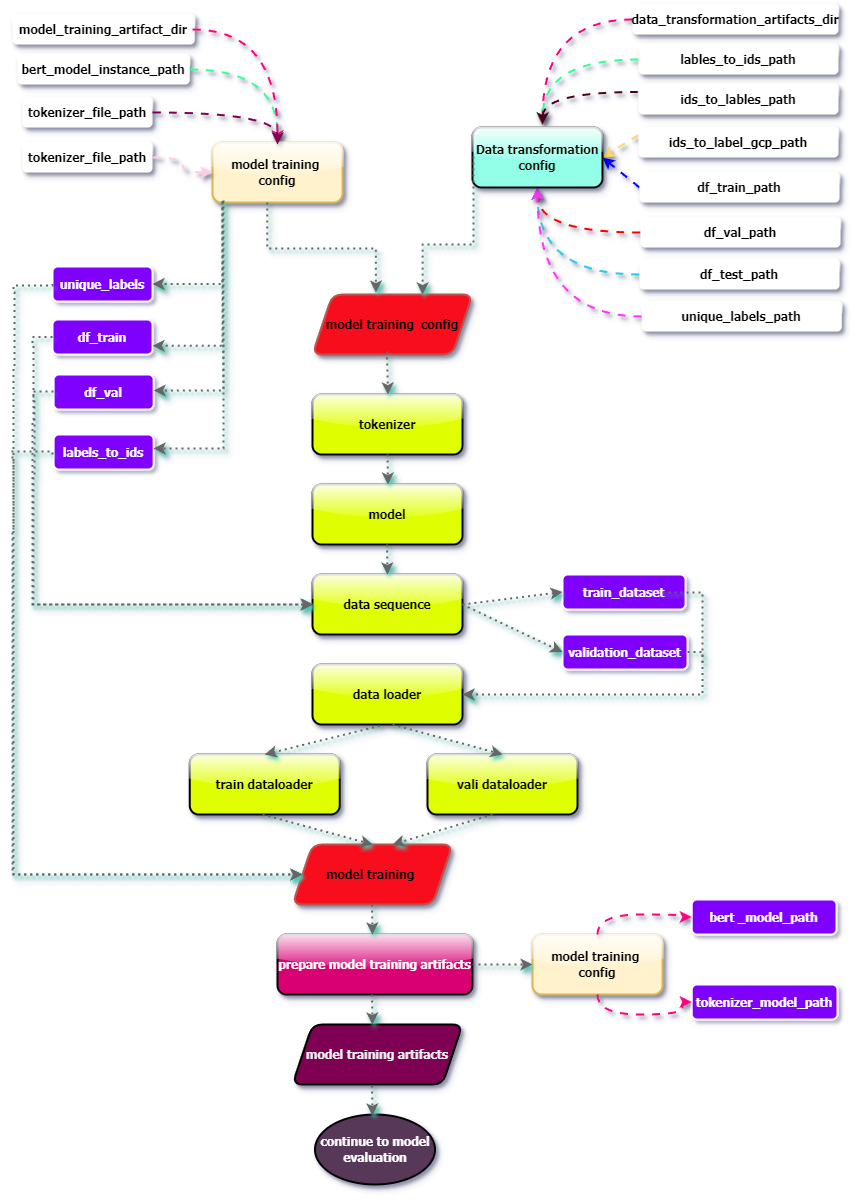
Earlier version of the draw.io export flow_charts/mode_training.png (AIWalaBro/Named_Entity_Recognition). Source tidied: cells renumbered, new cells last; positions are measured from the earlier drawing's top-left corner, leaving out a move shared by most shapes.
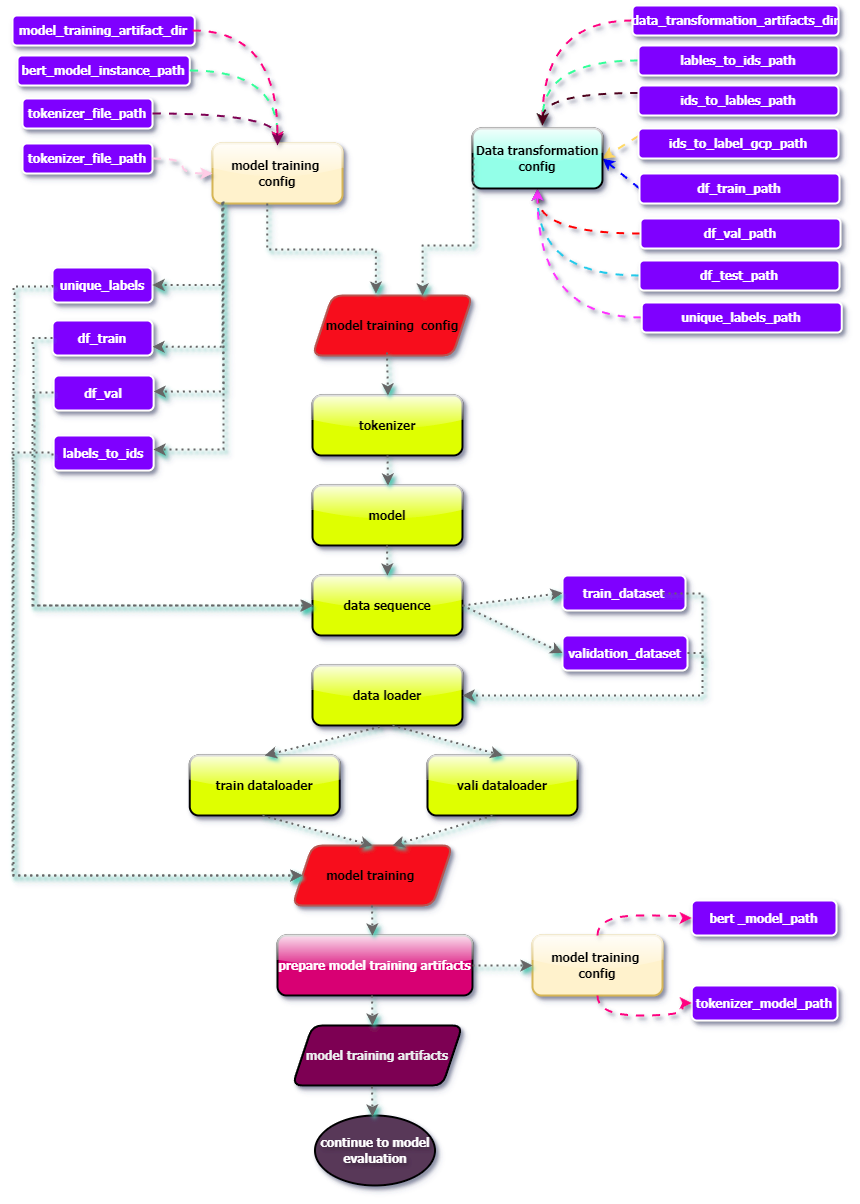
After the change.

What changed in the source:
```diff
@@ -7,7 +7,7 @@
         <mxPoint x="530" y="120" as="targetPoint" />
       </mxGeometry>
     </mxCell>
-    <mxCell id="3" value="data_transformation_artifacts_dir" style="text;html=1;align=center;verticalAlign=middle;whiteSpace=wrap;rounded=1;fillColor=default;shadow=1;glass=1;fontFamily=Tahoma;fontStyle=1;" parent="1" vertex="1">
+    <mxCell id="3" value="data_transformation_artifacts_dir" style="text;html=1;align=center;verticalAlign=middle;whiteSpace=wrap;rounded=1;fillColor=#7F00FF;shadow=1;glass=0;fontFamily=Tahoma;fontStyle=1;strokeColor=#FFFFFF;strokeWidth=2;fontColor=#FFFFFF;" parent="1" vertex="1">
       <mxGeometry x="620" width="206" height="30" as="geometry" />
     </mxCell>
     <mxCell id="4" style="edgeStyle=orthogonalEdgeStyle;curved=1;rounded=0;jettySize=auto;html=1;exitX=0;exitY=0.5;exitDx=0;exitDy=0;strokeWidth=2;strokeColor=#33FF99;flowAnimation=1;shadow=1;" parent="1" edge="1" source="5">
@@ -15,7 +15,7 @@
         <mxPoint x="530" y="120" as="targetPoint" />
       </mxGeometry>
     </mxCell>
-    <mxCell id="5" value="lables_to_ids_path" style="text;html=1;align=center;verticalAlign=middle;whiteSpace=wrap;rounded=1;fillColor=default;shadow=1;glass=1;fontFamily=Tahoma;fontStyle=1;" parent="1" vertex="1">
+    <mxCell id="5" value="lables_to_ids_path" style="text;html=1;align=center;verticalAlign=middle;whiteSpace=wrap;rounded=1;fillColor=#7F00FF;shadow=1;glass=0;fontFamily=Tahoma;fontStyle=1;strokeColor=#FFFFFF;strokeWidth=2;fontColor=#FFFFFF;" parent="1" vertex="1">
       <mxGeometry x="626" y="40" width="200" height="30" as="geometry" />
     </mxCell>
     <mxCell id="6" style="edgeStyle=orthogonalEdgeStyle;curved=1;rounded=0;jettySize=auto;html=1;exitX=0;exitY=0.25;exitDx=0;exitDy=0;strokeWidth=2;strokeColor=#4D051C;flowAnimation=1;shadow=1;" parent="1" edge="1" source="7">
@@ -23,49 +23,49 @@
         <mxPoint x="530" y="120" as="targetPoint" />
       </mxGeometry>
     </mxCell>
-    <mxCell id="7" value="ids_to_lables_path" style="text;html=1;align=center;verticalAlign=middle;whiteSpace=wrap;rounded=1;fillColor=default;shadow=1;glass=1;fontFamily=Tahoma;fontStyle=1;" parent="1" vertex="1">
+    <mxCell id="7" value="ids_to_lables_path" style="text;html=1;align=center;verticalAlign=middle;whiteSpace=wrap;rounded=1;fillColor=#7F00FF;shadow=1;glass=0;fontFamily=Tahoma;fontStyle=1;strokeColor=#FFFFFF;strokeWidth=2;fontColor=#FFFFFF;" parent="1" vertex="1">
       <mxGeometry x="626" y="80" width="200" height="30" as="geometry" />
     </mxCell>
     <mxCell id="8" style="edgeStyle=none;rounded=0;jettySize=auto;html=1;exitX=0;exitY=0.25;exitDx=0;exitDy=0;entryX=1;entryY=0.5;entryDx=0;entryDy=0;strokeWidth=2;strokeColor=#FFD966;flowAnimation=1;shadow=1;" parent="1" edge="1" source="9" target="18">
       <mxGeometry relative="1" as="geometry" />
     </mxCell>
-    <mxCell id="9" value="ids_to_label_gcp_path" style="text;html=1;align=center;verticalAlign=middle;whiteSpace=wrap;rounded=1;fillColor=default;shadow=1;glass=1;fontFamily=Tahoma;fontStyle=1;" parent="1" vertex="1">
+    <mxCell id="9" value="ids_to_label_gcp_path" style="text;html=1;align=center;verticalAlign=middle;whiteSpace=wrap;rounded=1;fillColor=#7F00FF;shadow=1;glass=0;fontFamily=Tahoma;fontStyle=1;strokeColor=#FFFFFF;strokeWidth=2;fontColor=#FFFFFF;" parent="1" vertex="1">
       <mxGeometry x="626" y="123" width="200" height="30" as="geometry" />
     </mxCell>
     <mxCell id="10" style="edgeStyle=none;rounded=0;jettySize=auto;html=1;exitX=0;exitY=0.5;exitDx=0;exitDy=0;entryX=1;entryY=0.5;entryDx=0;entryDy=0;strokeWidth=2;strokeColor=#0000FF;flowAnimation=1;shadow=1;" parent="1" edge="1" source="11" target="18">
       <mxGeometry relative="1" as="geometry" />
     </mxCell>
-    <mxCell id="11" value="df_train_path" style="text;html=1;align=center;verticalAlign=middle;whiteSpace=wrap;rounded=1;fillColor=default;shadow=1;glass=1;fontFamily=Tahoma;fontStyle=1;" parent="1" vertex="1">
+    <mxCell id="11" value="df_train_path" style="text;html=1;align=center;verticalAlign=middle;whiteSpace=wrap;rounded=1;fillColor=#7F00FF;shadow=1;glass=0;fontFamily=Tahoma;fontStyle=1;strokeColor=#FFFFFF;strokeWidth=2;fontColor=#FFFFFF;" parent="1" vertex="1">
       <mxGeometry x="627" y="168" width="200" height="30" as="geometry" />
     </mxCell>
     <mxCell id="12" style="edgeStyle=orthogonalEdgeStyle;curved=1;rounded=0;jettySize=auto;html=1;exitX=0;exitY=0.5;exitDx=0;exitDy=0;entryX=0.5;entryY=1;entryDx=0;entryDy=0;strokeWidth=2;strokeColor=#FF0000;flowAnimation=1;shadow=1;" parent="1" edge="1" source="13" target="18">
       <mxGeometry relative="1" as="geometry" />
     </mxCell>
-    <mxCell id="13" value="df_val_path" style="text;html=1;align=center;verticalAlign=middle;whiteSpace=wrap;rounded=1;fillColor=default;shadow=1;glass=1;fontFamily=Tahoma;fontStyle=1;" parent="1" vertex="1">
+    <mxCell id="13" value="df_val_path" style="text;html=1;align=center;verticalAlign=middle;whiteSpace=wrap;rounded=1;fillColor=#7F00FF;shadow=1;glass=0;fontFamily=Tahoma;fontStyle=1;strokeColor=#FFFFFF;strokeWidth=2;fontColor=#FFFFFF;" parent="1" vertex="1">
       <mxGeometry x="628" y="213" width="200" height="30" as="geometry" />
     </mxCell>
     <mxCell id="14" style="edgeStyle=orthogonalEdgeStyle;curved=1;rounded=0;jettySize=auto;html=1;exitX=0;exitY=0.5;exitDx=0;exitDy=0;entryX=0.5;entryY=1;entryDx=0;entryDy=0;strokeWidth=2;strokeColor=#23CAEB;flowAnimation=1;shadow=1;" parent="1" edge="1" source="15" target="18">
       <mxGeometry relative="1" as="geometry" />
     </mxCell>
-    <mxCell id="15" value="df_test_path" style="text;html=1;align=center;verticalAlign=middle;whiteSpace=wrap;rounded=1;fillColor=default;shadow=1;glass=1;fontFamily=Tahoma;fontStyle=1;" parent="1" vertex="1">
+    <mxCell id="15" value="df_test_path" style="text;html=1;align=center;verticalAlign=middle;whiteSpace=wrap;rounded=1;fillColor=#7F00FF;shadow=1;glass=0;fontFamily=Tahoma;fontStyle=1;strokeColor=#FFFFFF;strokeWidth=2;fontColor=#FFFFFF;" parent="1" vertex="1">
       <mxGeometry x="627" y="255" width="200" height="30" as="geometry" />
     </mxCell>
     <mxCell id="16" style="edgeStyle=orthogonalEdgeStyle;curved=1;rounded=0;jettySize=auto;html=1;exitX=0;exitY=0.5;exitDx=0;exitDy=0;entryX=0.5;entryY=1;entryDx=0;entryDy=0;strokeWidth=2;strokeColor=#FF33FF;flowAnimation=1;shadow=1;" parent="1" edge="1" source="17" target="18">
       <mxGeometry relative="1" as="geometry" />
     </mxCell>
-    <mxCell id="17" value="unique_labels_path" style="text;html=1;align=center;verticalAlign=middle;whiteSpace=wrap;rounded=1;fillColor=default;shadow=1;glass=1;fontFamily=Tahoma;fontStyle=1;" parent="1" vertex="1">
+    <mxCell id="17" value="unique_labels_path" style="text;html=1;align=center;verticalAlign=middle;whiteSpace=wrap;rounded=1;fillColor=#7F00FF;shadow=1;glass=0;fontFamily=Tahoma;fontStyle=1;strokeColor=#FFFFFF;strokeWidth=2;fontColor=#FFFFFF;" parent="1" vertex="1">
       <mxGeometry x="629.2" y="297" width="200" height="30" as="geometry" />
     </mxCell>
     <mxCell id="18" value="&lt;span&gt;&lt;font style=&quot;&quot; face=&quot;Tahoma&quot;&gt;&lt;b&gt;Data transformation config&lt;/b&gt;&lt;/font&gt;&lt;/span&gt;" style="rounded=1;whiteSpace=wrap;html=1;strokeWidth=2;fillColor=#93FFE8;glass=1;shadow=1;" parent="1" vertex="1">
       <mxGeometry x="460" y="123" width="130" height="60" as="geometry" />
     </mxCell>
-    <mxCell id="19" value="tokenizer_file_path" style="text;html=1;align=center;verticalAlign=middle;whiteSpace=wrap;rounded=1;fillColor=default;shadow=1;glass=1;fontFamily=Tahoma;fontStyle=1;" parent="1" vertex="1">
+    <mxCell id="19" value="tokenizer_file_path" style="text;html=1;align=center;verticalAlign=middle;whiteSpace=wrap;rounded=1;fillColor=#7F00FF;shadow=1;glass=0;fontFamily=Tahoma;fontStyle=1;strokeColor=#FFFFFF;strokeWidth=2;fontColor=#FFFFFF;" parent="1" vertex="1">
       <mxGeometry x="10" y="93" width="130" height="30" as="geometry" />
     </mxCell>
-    <mxCell id="20" value="model_training_artifact_dir" style="text;html=1;align=center;verticalAlign=middle;whiteSpace=wrap;rounded=1;fillColor=default;shadow=1;glass=1;fontFamily=Tahoma;fontStyle=1;" parent="1" vertex="1">
+    <mxCell id="20" value="model_training_artifact_dir" style="text;html=1;align=center;verticalAlign=middle;whiteSpace=wrap;rounded=1;fillColor=#7F00FF;shadow=1;glass=0;fontFamily=Tahoma;fontStyle=1;strokeColor=#FFFFFF;strokeWidth=2;fontColor=#FFFFFF;" parent="1" vertex="1">
       <mxGeometry y="10" width="182.2" height="30" as="geometry" />
     </mxCell>
-    <mxCell id="21" value="bert_model_instance_path" style="text;html=1;align=center;verticalAlign=middle;whiteSpace=wrap;rounded=1;fillColor=default;shadow=1;glass=1;fontFamily=Tahoma;fontStyle=1;" parent="1" vertex="1">
+    <mxCell id="21" value="bert_model_instance_path" style="text;html=1;align=center;verticalAlign=middle;whiteSpace=wrap;rounded=1;fillColor=#7F00FF;shadow=1;glass=0;fontFamily=Tahoma;fontStyle=1;strokeColor=#FFFFFF;strokeWidth=2;fontColor=#FFFFFF;" parent="1" vertex="1">
       <mxGeometry x="5" y="50" width="172.2" height="30" as="geometry" />
     </mxCell>
     <mxCell id="22" style="edgeStyle=orthogonalEdgeStyle;curved=1;rounded=0;jettySize=auto;html=1;entryX=0.5;entryY=0;entryDx=0;entryDy=0;strokeWidth=2;strokeColor=#33FF99;flowAnimation=1;shadow=1;exitX=1;exitY=0.5;exitDx=0;exitDy=0;" parent="1" edge="1" source="21" target="24">
@@ -82,7 +82,7 @@
         <mxPoint x="265" y="140" as="targetPoint" />
       </mxGeometry>
     </mxCell>
-    <mxCell id="26" value="tokenizer_file_path" style="text;html=1;align=center;verticalAlign=middle;whiteSpace=wrap;rounded=1;fillColor=default;shadow=1;glass=1;fontFamily=Tahoma;fontStyle=1;" parent="1" vertex="1">
+    <mxCell id="26" value="tokenizer_file_path" style="text;html=1;align=center;verticalAlign=middle;whiteSpace=wrap;rounded=1;fillColor=#7F00FF;shadow=1;glass=0;fontFamily=Tahoma;fontStyle=1;strokeColor=#FFFFFF;strokeWidth=2;fontColor=#FFFFFF;" parent="1" vertex="1">
       <mxGeometry x="10" y="138" width="130" height="30" as="geometry" />
     </mxCell>
     <mxCell id="27" style="edgeStyle=orthogonalEdgeStyle;curved=1;rounded=0;jettySize=auto;html=1;entryX=0;entryY=0.5;entryDx=0;entryDy=0;strokeWidth=2;strokeColor=#FFCCE6;flowAnimation=1;shadow=1;exitX=1;exitY=0.5;exitDx=0;exitDy=0;" parent="1" edge="1" source="26" target="24">
@@ -133,16 +133,16 @@
         <mxPoint x="375" y="570" as="targetPoint" />
       </mxGeometry>
     </mxCell>
-    <mxCell id="38" value="&lt;font color=&quot;#ffffff&quot; face=&quot;Tahoma&quot;&gt;&lt;b&gt;unique_labels&lt;/b&gt;&lt;/font&gt;" style="rounded=1;whiteSpace=wrap;html=1;strokeWidth=2;fillColor=#7F00FF;strokeColor=#FFFFFF;" parent="1" vertex="1">
+    <mxCell id="38" value="&lt;font color=&quot;#ffffff&quot; face=&quot;Tahoma&quot;&gt;&lt;b&gt;unique_labels&lt;/b&gt;&lt;/font&gt;" style="rounded=1;whiteSpace=wrap;html=1;strokeWidth=2;fillColor=#7F00FF;strokeColor=#FFFFFF;shadow=1;glass=0;" parent="1" vertex="1">
       <mxGeometry x="40" y="262" width="100" height="35" as="geometry" />
     </mxCell>
-    <mxCell id="39" value="&lt;font color=&quot;#ffffff&quot; face=&quot;Tahoma&quot;&gt;&lt;b&gt;df_train&lt;/b&gt;&lt;/font&gt;" style="rounded=1;whiteSpace=wrap;html=1;strokeWidth=2;fillColor=#7F00FF;strokeColor=#FFFFFF;" parent="1" vertex="1">
+    <mxCell id="39" value="&lt;font color=&quot;#ffffff&quot; face=&quot;Tahoma&quot;&gt;&lt;b&gt;df_train&lt;/b&gt;&lt;/font&gt;" style="rounded=1;whiteSpace=wrap;html=1;strokeWidth=2;fillColor=#7F00FF;strokeColor=#FFFFFF;shadow=1;glass=0;" parent="1" vertex="1">
       <mxGeometry x="40" y="315" width="100" height="35" as="geometry" />
     </mxCell>
-    <mxCell id="40" value="&lt;font color=&quot;#ffffff&quot; face=&quot;Tahoma&quot;&gt;&lt;b&gt;df_val&lt;/b&gt;&lt;/font&gt;" style="rounded=1;whiteSpace=wrap;html=1;strokeWidth=2;fillColor=#7F00FF;strokeColor=#FFFFFF;" parent="1" vertex="1">
+    <mxCell id="40" value="&lt;font color=&quot;#ffffff&quot; face=&quot;Tahoma&quot;&gt;&lt;b&gt;df_val&lt;/b&gt;&lt;/font&gt;" style="rounded=1;whiteSpace=wrap;html=1;strokeWidth=2;fillColor=#7F00FF;strokeColor=#FFFFFF;shadow=1;glass=0;" parent="1" vertex="1">
       <mxGeometry x="41.1" y="370" width="100" height="35" as="geometry" />
     </mxCell>
-    <mxCell id="41" value="&lt;font color=&quot;#ffffff&quot; face=&quot;Tahoma&quot;&gt;&lt;b&gt;labels_to_ids&lt;/b&gt;&lt;/font&gt;" style="rounded=1;whiteSpace=wrap;html=1;strokeWidth=2;fillColor=#7F00FF;strokeColor=#FFFFFF;" parent="1" vertex="1">
+    <mxCell id="41" value="&lt;font color=&quot;#ffffff&quot; face=&quot;Tahoma&quot;&gt;&lt;b&gt;labels_to_ids&lt;/b&gt;&lt;/font&gt;" style="rounded=1;whiteSpace=wrap;html=1;strokeWidth=2;fillColor=#7F00FF;strokeColor=#FFFFFF;shadow=1;glass=0;" parent="1" vertex="1">
       <mxGeometry x="41.1" y="430" width="100" height="35" as="geometry" />
     </mxCell>
     <mxCell id="42" style="edgeStyle=orthogonalEdgeStyle;rounded=0;jettySize=auto;html=1;exitX=0.077;exitY=0.989;exitDx=0;exitDy=0;entryX=1;entryY=0.5;entryDx=0;entryDy=0;strokeWidth=2;dashed=1;dashPattern=1 2;shadow=1;flowAnimation=1;strokeColor=#666666;backgroundOutline=1;shadowColor=#48C9B0;shadowOpacity=100;exitPerimeter=0;" parent="1" edge="1" source="24" target="38">
@@ -200,10 +200,10 @@
         </Array>
       </mxGeometry>
     </mxCell>
-    <mxCell id="48" value="&lt;font face=&quot;Tahoma&quot; color=&quot;#ffffff&quot;&gt;&lt;b&gt;train_dataset&lt;/b&gt;&lt;/font&gt;" style="rounded=1;whiteSpace=wrap;html=1;strokeWidth=2;fillColor=#7F00FF;strokeColor=#FFFFFF;" parent="1" vertex="1">
+    <mxCell id="48" value="&lt;font face=&quot;Tahoma&quot; color=&quot;#ffffff&quot;&gt;&lt;b&gt;train_dataset&lt;/b&gt;&lt;/font&gt;" style="rounded=1;whiteSpace=wrap;html=1;strokeWidth=2;fillColor=#7F00FF;strokeColor=#FFFFFF;shadow=1;glass=0;" parent="1" vertex="1">
       <mxGeometry x="550" y="570" width="123" height="35" as="geometry" />
     </mxCell>
-    <mxCell id="49" value="&lt;font face=&quot;Tahoma&quot; color=&quot;#ffffff&quot;&gt;&lt;b&gt;validation_dataset&lt;/b&gt;&lt;/font&gt;" style="rounded=1;whiteSpace=wrap;html=1;strokeWidth=2;fillColor=#7F00FF;strokeColor=#FFFFFF;" parent="1" vertex="1">
+    <mxCell id="49" value="&lt;font face=&quot;Tahoma&quot; color=&quot;#ffffff&quot;&gt;&lt;b&gt;validation_dataset&lt;/b&gt;&lt;/font&gt;" style="rounded=1;whiteSpace=wrap;html=1;strokeWidth=2;fillColor=#7F00FF;strokeColor=#FFFFFF;shadow=1;glass=0;" parent="1" vertex="1">
       <mxGeometry x="550" y="630" width="125" height="35" as="geometry" />
     </mxCell>
     <mxCell id="50" style="edgeStyle=orthogonalEdgeStyle;rounded=0;jettySize=auto;html=1;strokeWidth=2;dashed=1;dashPattern=1 2;shadow=1;flowAnimation=1;strokeColor=#666666;backgroundOutline=1;shadowColor=#48C9B0;shadowOpacity=100;exitX=1;exitY=0.5;exitDx=0;exitDy=0;entryX=1;entryY=0.5;entryDx=0;entryDy=0;" parent="1" edge="1" source="49" target="34">
@@ -303,7 +303,7 @@
         <mxPoint x="360" y="1020" as="targetPoint" />
       </mxGeometry>
     </mxCell>
-    <mxCell id="67" value="&lt;font color=&quot;#ffffff&quot; face=&quot;Tahoma&quot;&gt;&lt;b&gt;continue to model evaluation&lt;/b&gt;&lt;/font&gt;" style="ellipse;whiteSpace=wrap;html=1;strokeWidth=2;fillColor=#583759;shadow=1;" parent="1" vertex="1">
+    <mxCell id="67" value="&lt;font color=&quot;#ffffff&quot; face=&quot;Tahoma&quot;&gt;&lt;b&gt;continue to model evaluation&lt;/b&gt;&lt;/font&gt;" style="ellipse;whiteSpace=wrap;html=1;strokeWidth=2;fillColor=#583759;shadow=1;textShadow=1;labelBorderColor=none;" parent="1" vertex="1">
       <mxGeometry x="302.5" y="1110" width="120" height="70" as="geometry" />
     </mxCell>
     <mxCell id="68" style="edgeStyle=none;rounded=0;orthogonalLoop=1;jettySize=auto;html=1;exitX=0.5;exitY=1;exitDx=0;exitDy=0;entryX=0.5;entryY=0;entryDx=0;entryDy=0;strokeWidth=2;dashed=1;dashPattern=1 2;shadow=1;flowAnimation=1;strokeColor=#666666;shadowColor=#48C9B0;shadowOpacity=100;" parent="1" edge="1">
@@ -315,10 +315,10 @@
     <mxCell id="69" value="&lt;span&gt;&lt;font style=&quot;&quot; face=&quot;Tahoma&quot;&gt;&lt;b&gt;model training&amp;nbsp; config&lt;/b&gt;&lt;/font&gt;&lt;/span&gt;" style="rounded=1;whiteSpace=wrap;html=1;strokeWidth=2;fillColor=#fff2cc;strokeColor=#d6b656;shadow=1;glass=1;" parent="1" vertex="1">
       <mxGeometry x="520" y="930" width="130" height="60" as="geometry" />
     </mxCell>
-    <mxCell id="70" value="&lt;font face=&quot;Tahoma&quot; color=&quot;#ffffff&quot;&gt;&lt;b&gt;bert _model_path&lt;/b&gt;&lt;/font&gt;" style="rounded=1;whiteSpace=wrap;html=1;strokeWidth=2;fillColor=#7F00FF;strokeColor=#FFFFFF;" parent="1" vertex="1">
+    <mxCell id="70" value="&lt;font face=&quot;Tahoma&quot; color=&quot;#ffffff&quot;&gt;&lt;b&gt;bert _model_path&lt;/b&gt;&lt;/font&gt;" style="rounded=1;whiteSpace=wrap;html=1;strokeWidth=2;fillColor=#7F00FF;strokeColor=#FFFFFF;shadow=1;glass=0;" parent="1" vertex="1">
       <mxGeometry x="679.2" y="895" width="144.8" height="35" as="geometry" />
     </mxCell>
-    <mxCell id="71" value="&lt;font face=&quot;Tahoma&quot; color=&quot;#ffffff&quot;&gt;&lt;b&gt;tokenizer_model_path&lt;/b&gt;&lt;/font&gt;" style="rounded=1;whiteSpace=wrap;html=1;strokeWidth=2;fillColor=#7F00FF;strokeColor=#FFFFFF;" parent="1" vertex="1">
+    <mxCell id="71" value="&lt;font face=&quot;Tahoma&quot; color=&quot;#ffffff&quot;&gt;&lt;b&gt;tokenizer_model_path&lt;/b&gt;&lt;/font&gt;" style="rounded=1;whiteSpace=wrap;html=1;strokeWidth=2;fillColor=#7F00FF;strokeColor=#FFFFFF;shadow=1;glass=0;" parent="1" vertex="1">
       <mxGeometry x="679.2" y="980" width="145.8" height="35" as="geometry" />
     </mxCell>
     <mxCell id="72" style="edgeStyle=orthogonalEdgeStyle;curved=1;rounded=0;jettySize=auto;html=1;strokeWidth=2;strokeColor=#FF0080;flowAnimation=1;shadow=1;entryX=0;entryY=0.5;entryDx=0;entryDy=0;exitX=0.5;exitY=0;exitDx=0;exitDy=0;" parent="1" edge="1" source="69" target="70">
```
